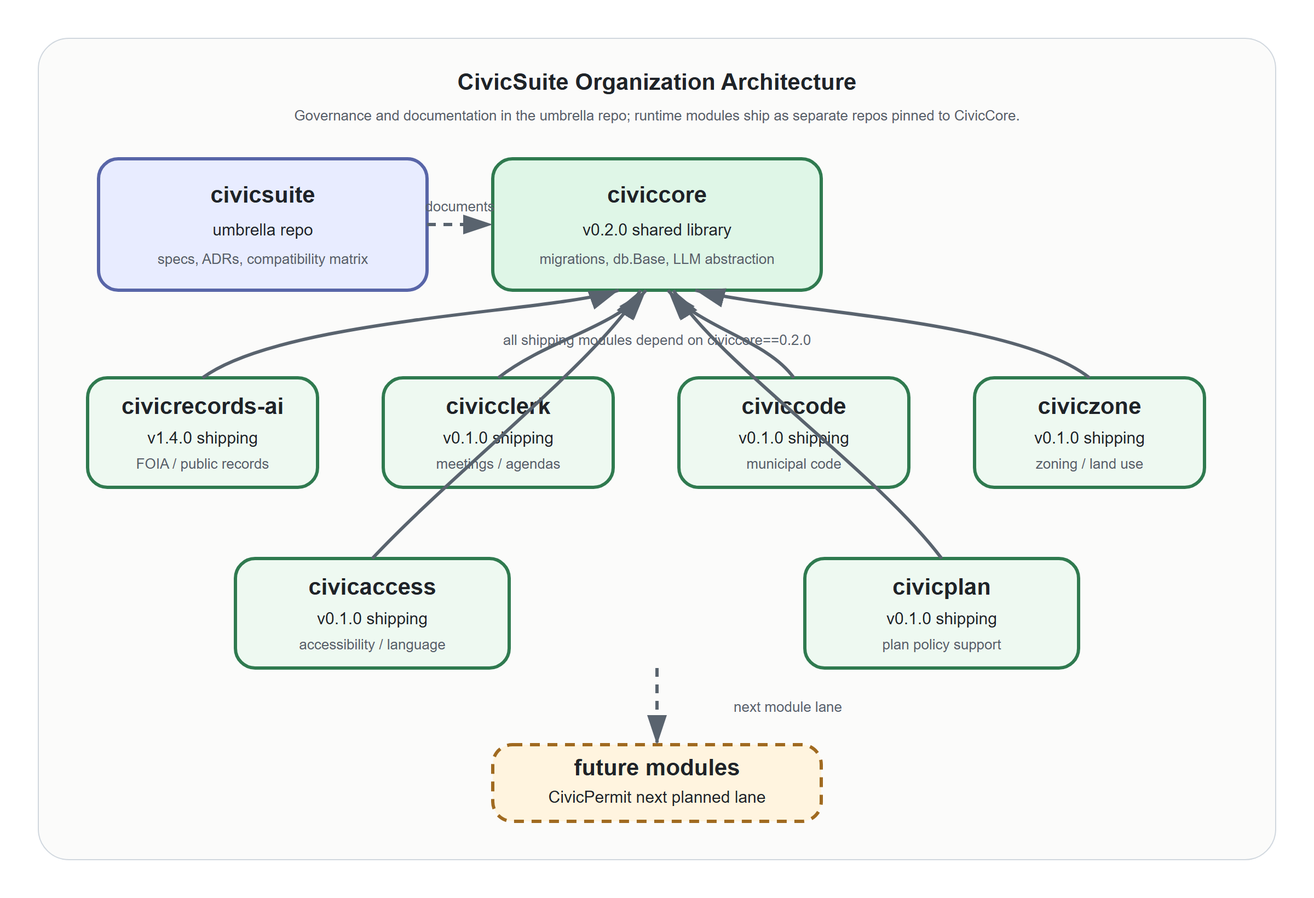
Above: docs/diagrams/suite-architecture.png in CivicSuite/civicsuite (Mermaid), before the change. Its source is kept beside it as docs/diagrams/suite-architecture.mmd.
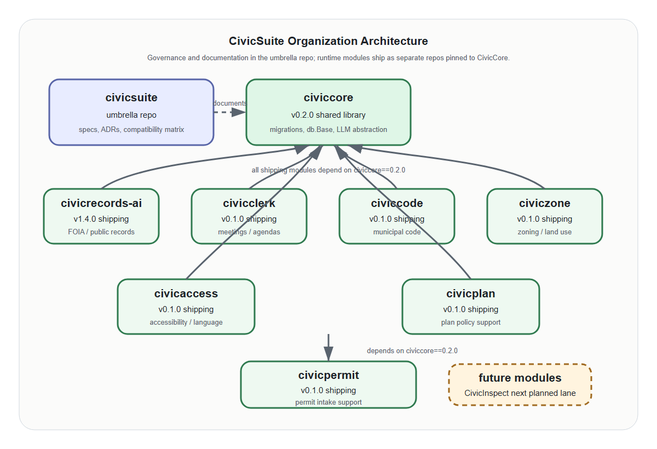
The same diagram one commit later.

Diff of the diagram source:
```diff
@@ -10,9 +10,10 @@
         Zone["civiczone<br/>v0.1.0<br/>zoning / land use"]
         Access["civicaccess<br/>v0.1.0<br/>accessibility / language"]
         Plan["civicplan<br/>v0.1.0<br/>plan policy support"]
+        Permit["civicpermit<br/>v0.1.0<br/>permit intake support"]
     end
     subgraph FUTURE["Future modules - planned, not started"]
-        Permit["civicpermit<br/>next planned lane"]
+        Inspect["civicinspect<br/>next planned lane"]
     end
     SuiteRepo -.documents.-> Core
     SuiteRepo -.documents.-> Records
@@ -22,12 +23,15 @@
     SuiteRepo -.governs.-> Access
     SuiteRepo -.governs.-> Plan
     SuiteRepo -.governs.-> Permit
+    SuiteRepo -.governs.-> Inspect
+    SuiteRepo -.governs.-> Permit
     Records -->|"depends on ==0.2.0"| Core
     Clerk -->|"depends on ==0.2.0"| Core
     Code -->|"depends on ==0.2.0"| Core
     Zone -->|"depends on ==0.2.0"| Core
     Access -->|"depends on ==0.2.0"| Core
     Plan -->|"depends on ==0.2.0"| Core
+    Permit -->|"depends on ==0.2.0"| Core
     classDef shipping fill:#d4f4dd,stroke:#3a7a4a,stroke-width:2px,color:#000
     classDef governance fill:#e1e1ff,stroke:#5a5aa0,stroke-width:2px,color:#000
     classDef future fill:#fff4e1,stroke:#a08040,stroke-width:1px,stroke-dasharray:5 5,color:#000
@@ -40,4 +44,5 @@
     class Zone shipping
     class Access shipping
     class Plan shipping
-    class Permit future
+    class Permit shipping
+    class Inspect future
```
